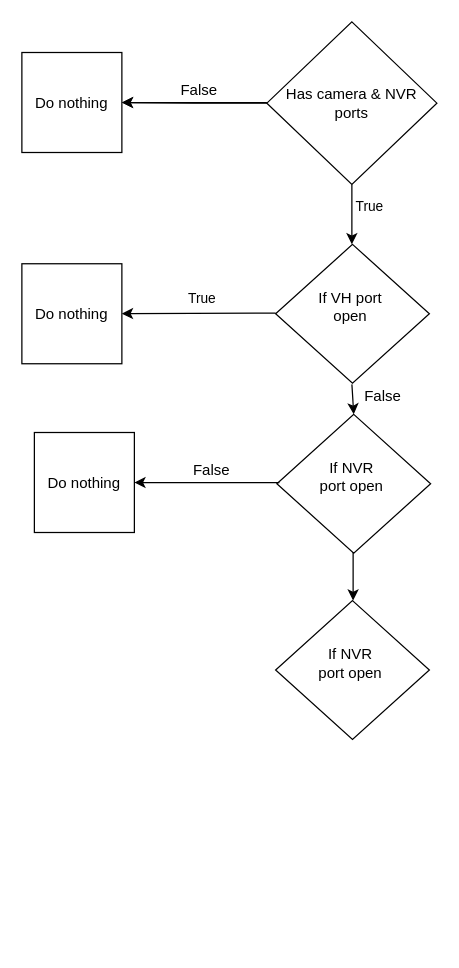
This is Untitled Diagram.drawio from azharmalik3/azharmalik3, a draw.io file, before an edit. Source tidied: cells renumbered, new cells numbered last; positions are measured from the earlier drawing's top-left corner, leaving out a move shared by most shapes. Both pictures are drawn from the tidied source at 125%, with x=0, y=0 at pixel (21, 21).
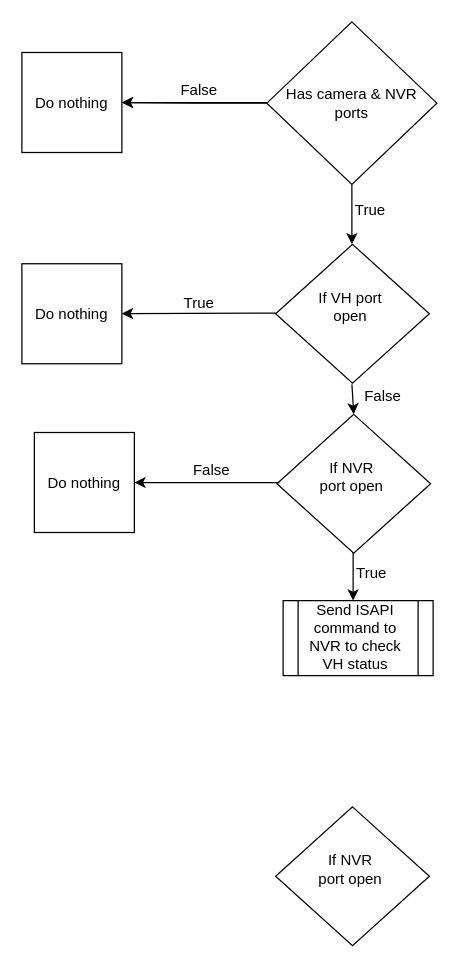
Above is the later version.

The change refers to these unchanged cells:
```xml
<mxCell id="3" style="edgeStyle=orthogonalEdgeStyle;rounded=0;jettySize=auto;html=1;" parent="1" edge="1" source="5">
  <mxGeometry relative="1" as="geometry">
    <mxPoint x="264" y="178" as="targetPoint" />
  </mxGeometry>
</mxCell>
```

The edit, as a diff of the source:
```diff
@@
-    <mxCell id="4" value="True" style="edgeLabel;html=1;align=center;verticalAlign=middle;" parent="3" vertex="1">
-      <mxGeometry x="-0.29" y="5" relative="1" as="geometry">
-        <mxPoint x="8" as="offset" />
-      </mxGeometry>
-    </mxCell>
@@
-    <mxCell id="12" value="True" style="edgeLabel;html=1;align=center;verticalAlign=middle;" parent="1" vertex="1">
-      <mxGeometry x="143" y="220" as="geometry" />
-    </mxCell>
@@
     <mxCell id="22" style="rhombus;whiteSpace=wrap;html=1;" parent="1" vertex="1">
-      <mxGeometry x="203" y="463" width="123" height="111" as="geometry" />
+      <mxGeometry x="203" y="628" width="123" height="111" as="geometry" />
     </mxCell>
     <mxCell id="23" value="If NVR port open" style="text;html=1;strokeColor=none;fillColor=none;align=center;verticalAlign=middle;whiteSpace=wrap;rounded=0;" parent="1" vertex="1">
-      <mxGeometry x="233" y="488" width="60" height="49" as="geometry" />
+      <mxGeometry x="233" y="653" width="60" height="49" as="geometry" />
     </mxCell>
+    <mxCell id="24" style="shape=process;whiteSpace=wrap;html=1;backgroundOutline=1;" parent="1" vertex="1">
+      <mxGeometry x="209" y="463" width="120" height="60" as="geometry" />
+    </mxCell>
+    <mxCell id="25" value="Send ISAPI command to NVR to check VH status" style="text;html=1;strokeColor=none;fillColor=none;align=center;verticalAlign=middle;whiteSpace=wrap;rounded=0;" parent="1" vertex="1">
+      <mxGeometry x="222" y="477" width="90" height="30" as="geometry" />
+    </mxCell>
+    <mxCell id="26" value="True" style="text;html=1;strokeColor=none;fillColor=none;align=center;verticalAlign=middle;whiteSpace=wrap;rounded=0;" parent="1" vertex="1">
+      <mxGeometry x="250" y="426" width="60" height="30" as="geometry" />
+    </mxCell>
+    <mxCell id="27" value="True" style="text;html=1;strokeColor=none;fillColor=none;align=center;verticalAlign=middle;whiteSpace=wrap;rounded=0;" parent="1" vertex="1">
+      <mxGeometry x="112" y="210" width="60" height="30" as="geometry" />
+    </mxCell>
+    <mxCell id="28" value="True" style="text;html=1;strokeColor=none;fillColor=none;align=center;verticalAlign=middle;whiteSpace=wrap;rounded=0;" parent="1" vertex="1">
+      <mxGeometry x="249" y="136" width="60" height="30" as="geometry" />
+    </mxCell>
```
